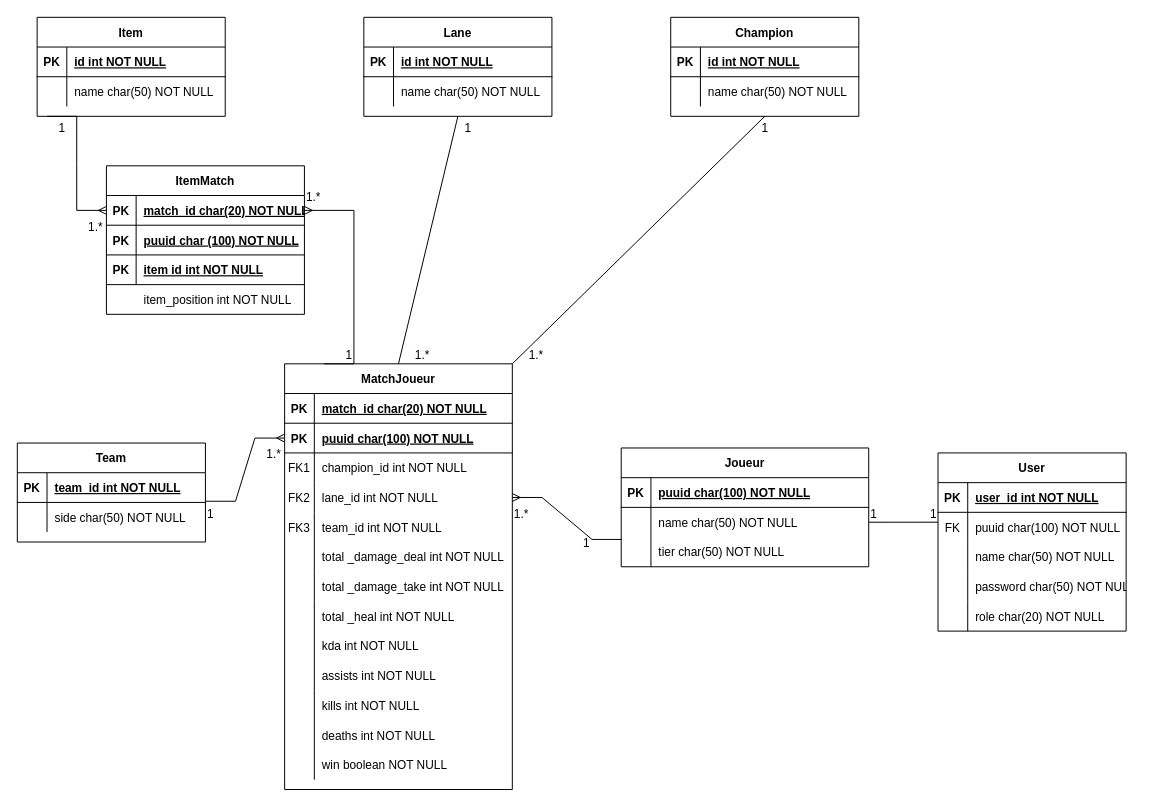
The draw.io diagram Image Prod/Diagramme de donnees.drawio in Niyo-D-JC/HelpWork, before the edit. Source tidied: cells renumbered, new cells numbered last; positions are measured from the earlier drawing's top-left corner, leaving out a move shared by most shapes. Both pictures are drawn from the tidied source at 99%, with x=0, y=0 at pixel (17, 17).
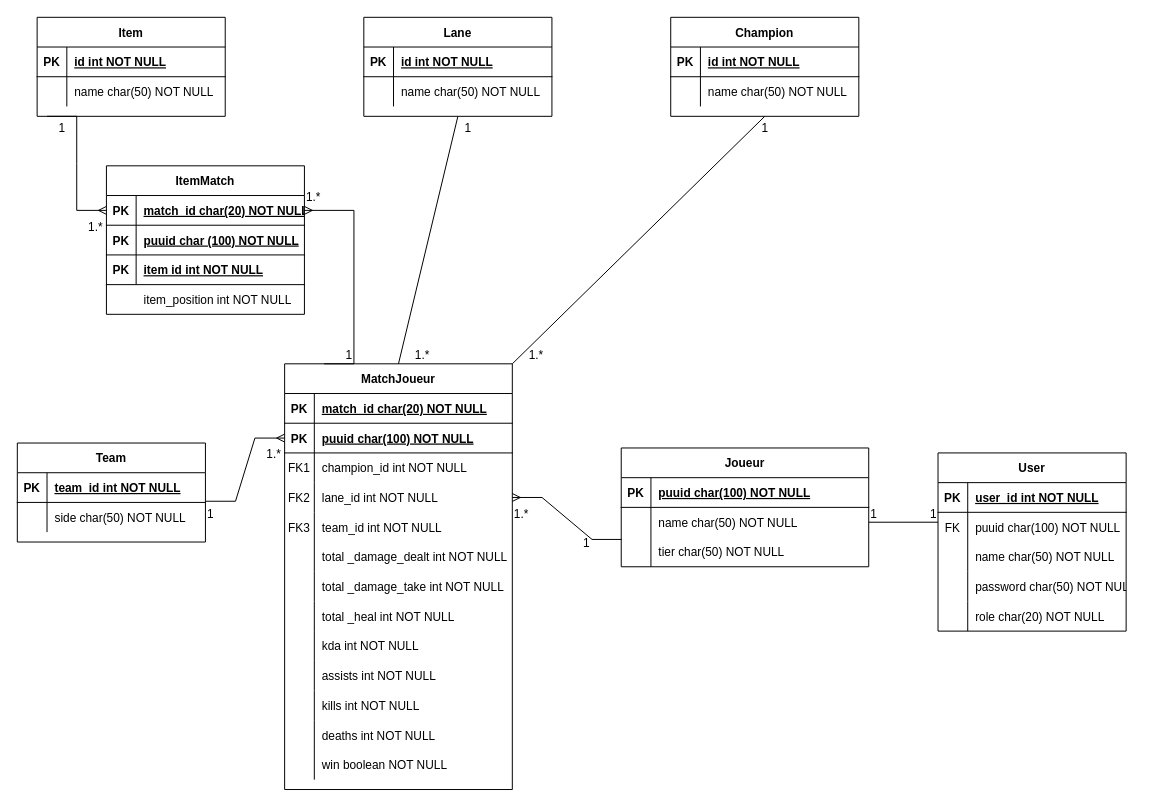
The same page after the edit.

Commit message:
Mettre à jour Diagramme de donnees.drawio

Unchanged cells that the change refers to:
```xml
<mxCell id="75" style="shape=partialRectangle;fillColor=none;top=0;left=0;right=0;bottom=0;" parent="59" vertex="1">
  <mxGeometry y="180" width="230" height="30" as="geometry" />
</mxCell>
```

Change to the diagram source:
```diff
@@
-    <mxCell id="77" value="total _damage_deal int NOT NULL" style="shape=partialRectangle;overflow=hidden;fillColor=none;top=0;left=0;bottom=0;right=0;align=left;spacingLeft=6;" parent="75" vertex="1">
+    <mxCell id="77" value="total _damage_dealt int NOT NULL" style="shape=partialRectangle;overflow=hidden;fillColor=none;top=0;left=0;bottom=0;right=0;align=left;spacingLeft=6;" parent="75" vertex="1">
       <mxGeometry x="30" width="200" height="30" as="geometry" />
     </mxCell>
```
